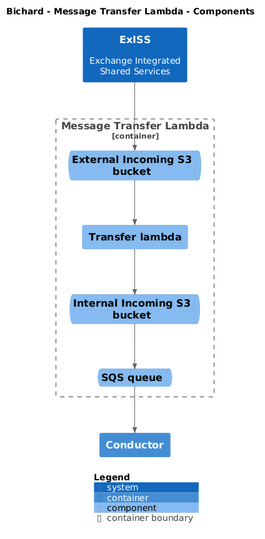
ministryofjustice/bichard7-next-core keeps this PlantUML diagram as main/png/Component-002.png. Above is the earlier version.
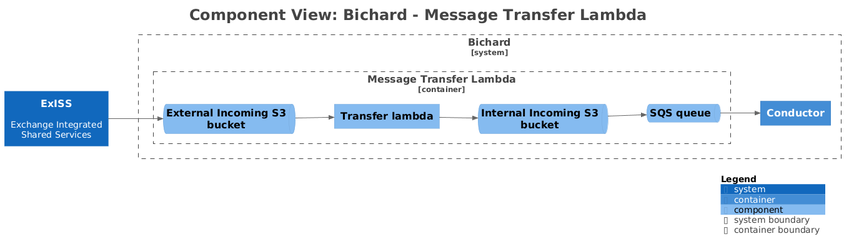
After the commit.

Diff of the diagram source:
```diff
@@ -1,8 +1,15 @@
 @startuml
+title <size:24>Component View: Bichard - Message Transfer Lambda</size>
+
 set separator none
-title Bichard - Message Transfer Lambda - Components
+left to right direction
 
-top to bottom direction
+<style>
+  root {
+    BackgroundColor: #ffffff
+    FontColor: #444444
+  }
+</style>
 
 !include <C4/C4>
 !include <C4/C4_Context>
@@ -10,13 +17,16 @@
 !include <C4/C4_Component>
 
 System(ExISS, "ExISS", $descr="Exchange Integrated Shared Services", $tags="", $link="")
-Container(Bichard.Conductor, "Conductor", $techn="", $descr="", $tags="", $link="")
 
-Container_Boundary("Bichard.MessageTransferLambda_boundary", "Message Transfer Lambda", $tags="") {
-  ComponentQueue(Bichard.MessageTransferLambda.ExternalIncomingS3bucket, "External Incoming S3 bucket", $techn="", $descr="", $tags="", $link="")
-  Component(Bichard.MessageTransferLambda.Transferlambda, "Transfer lambda", $techn="", $descr="", $tags="", $link="")
-  ComponentQueue(Bichard.MessageTransferLambda.InternalIncomingS3bucket, "Internal Incoming S3 bucket", $techn="", $descr="", $tags="", $link="")
-  ComponentQueue(Bichard.MessageTransferLambda.SQSqueue, "SQS queue", $techn="", $descr="", $tags="", $link="")
+System_Boundary("Bichard_boundary", "Bichard", $tags="") {
+  Container_Boundary("Bichard.MessageTransferLambda_boundary", "Message Transfer Lambda", $tags="") {
+    ComponentQueue(Bichard.MessageTransferLambda.ExternalIncomingS3bucket, "External Incoming S3 bucket", $techn="", $descr="", $tags="", $link="")
+    Component(Bichard.MessageTransferLambda.Transferlambda, "Transfer lambda", $techn="", $descr="", $tags="", $link="")
+    ComponentQueue(Bichard.MessageTransferLambda.InternalIncomingS3bucket, "Internal Incoming S3 bucket", $techn="", $descr="", $tags="", $link="")
+    ComponentQueue(Bichard.MessageTransferLambda.SQSqueue, "SQS queue", $techn="", $descr="", $tags="", $link="")
+  }
+
+  Container(Bichard.Conductor, "Conductor", $techn="", $descr="", $tags="", $link="")
 }
 
 Rel(Bichard.MessageTransferLambda.SQSqueue, Bichard.Conductor, "", $techn="", $tags="", $link="")
@@ -26,4 +36,5 @@
 Rel(Bichard.MessageTransferLambda.InternalIncomingS3bucket, Bichard.MessageTransferLambda.SQSqueue, "", $techn="", $tags="", $link="")
 
 SHOW_LEGEND(true)
+hide stereotypes
 @enduml
```
